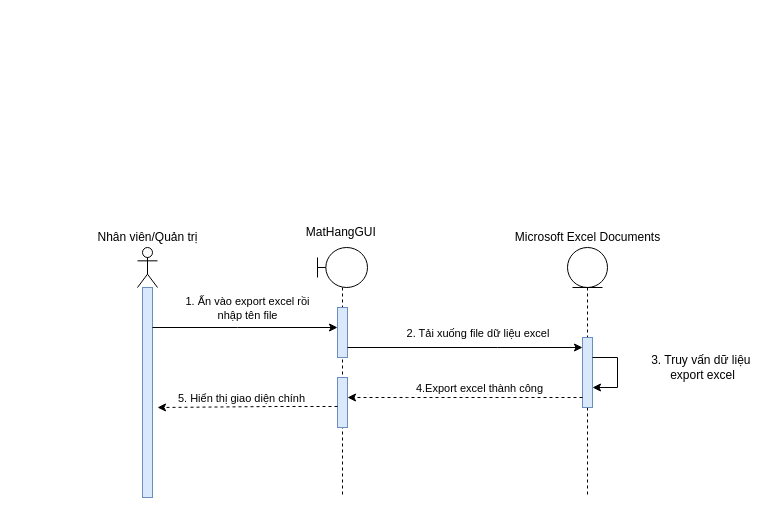
This is Sequence Diagrams/Thái Hùng/SD_XuấtDữLiêuRaExcel.drawio from EdgarIgnite16/OOAD-Project, a draw.io file, before an edit. Source tidied: cells renumbered, new cells numbered last; positions are measured from the earlier drawing's top-left corner, leaving out a move shared by most shapes. Both pictures are drawn from the tidied source at 100%, with x=0, y=0 at pixel (17, 17).
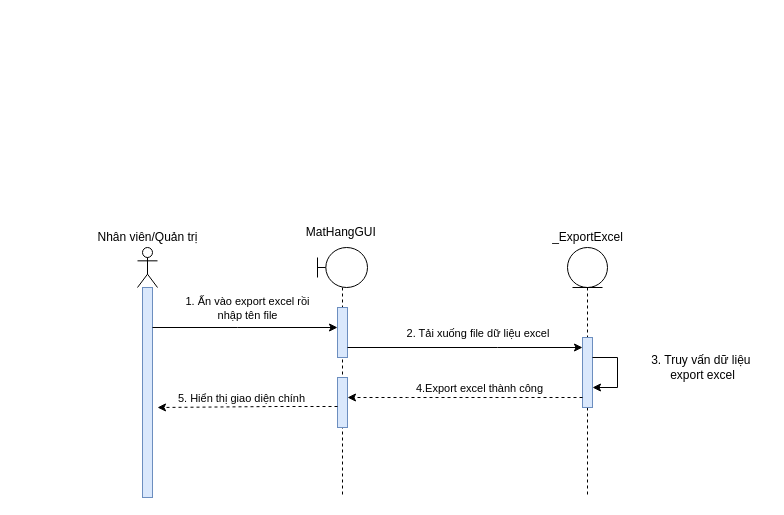
The same diagram, later.

What changed in the source:
```diff
@@
-    <mxCell id="12" value="Microsoft Excel Documents" style="text;html=1;align=center;verticalAlign=middle;strokeColor=none;fillColor=none;" parent="1" vertex="1">
-      <mxGeometry x="485" y="205" width="170" height="30" as="geometry" />
+    <mxCell id="12" value="_ExportExcel" style="text;html=1;align=center;verticalAlign=middle;strokeColor=none;fillColor=none;" parent="1" vertex="1">
+      <mxGeometry x="525" y="210" width="90" height="20" as="geometry" />
     </mxCell>
```
